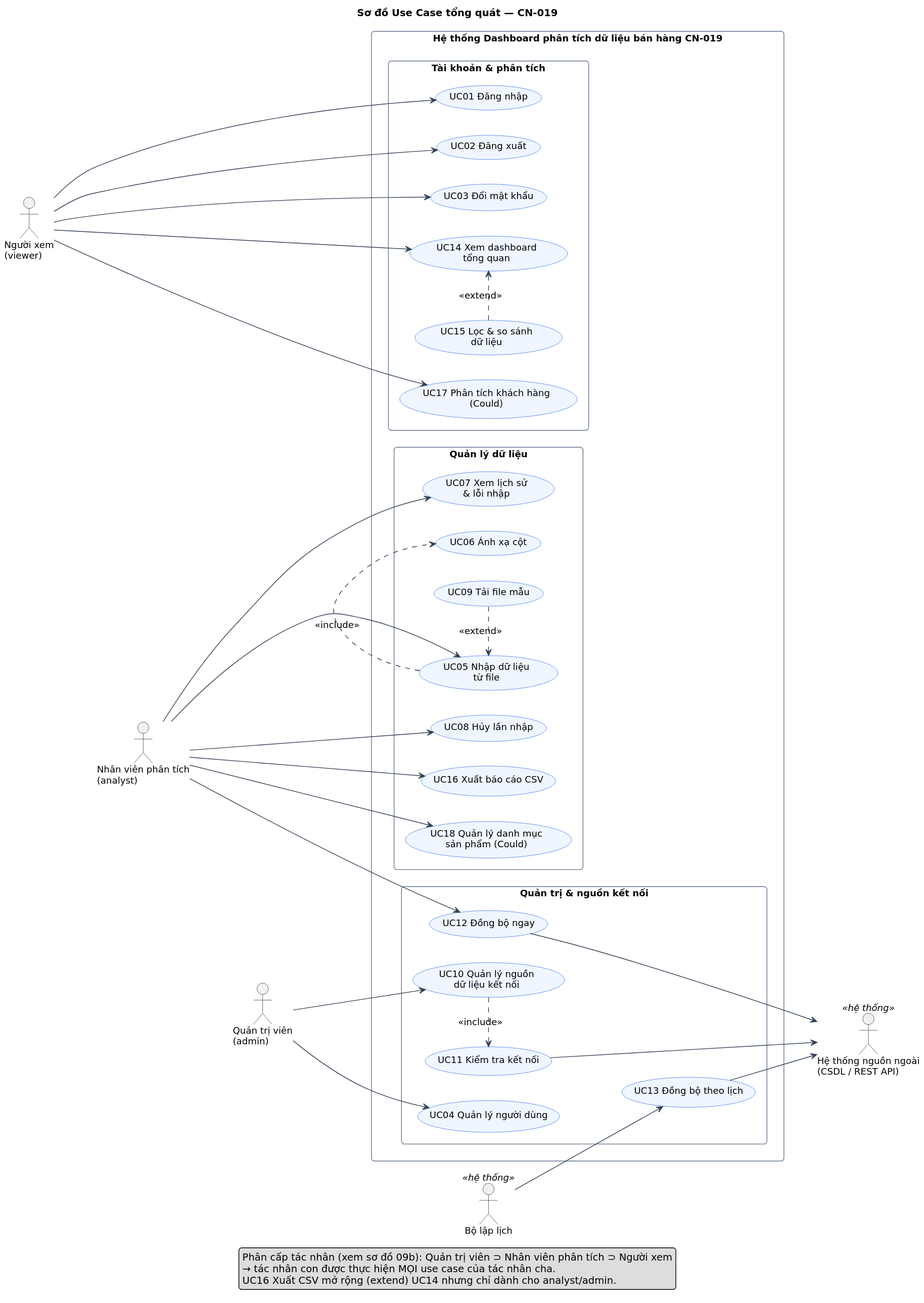
Earlier version of the PlantUML export docs/phan-tich/so-do/out/09-uc-tong-quat.svg (hoang13516-dev/TTCN_CCROBO). Source of this version:
```plantuml
@startuml
!include _style.iuml
title Sơ đồ Use Case tổng quát — CN-019
left to right direction
skinparam packageStyle rectangle

actor "Người xem\n(viewer)" as V
actor "Nhân viên phân tích\n(analyst)" as AN
actor "Quản trị viên\n(admin)" as AD
actor "Bộ lập lịch" as SCH <<hệ thống>>
actor "Hệ thống nguồn ngoài\n(CSDL / REST API)" as EXT <<hệ thống>>

rectangle "Hệ thống Dashboard phân tích dữ liệu bán hàng CN-019" {
  package "Tài khoản & phân tích" {
    usecase "UC01 Đăng nhập" as UC01
    usecase "UC02 Đăng xuất" as UC02
    usecase "UC03 Đổi mật khẩu" as UC03
    usecase "UC14 Xem dashboard\ntổng quan" as UC14
    usecase "UC15 Lọc & so sánh\ndữ liệu" as UC15
    usecase "UC17 Phân tích khách hàng\n(Could)" as UC17
  }
  package "Quản lý dữ liệu" {
    usecase "UC05 Nhập dữ liệu\ntừ file" as UC05
    usecase "UC06 Ánh xạ cột" as UC06
    usecase "UC09 Tải file mẫu" as UC09
    usecase "UC07 Xem lịch sử\n& lỗi nhập" as UC07
    usecase "UC08 Hủy lần nhập" as UC08
    usecase "UC16 Xuất báo cáo CSV" as UC16
    usecase "UC18 Quản lý danh mục\nsản phẩm (Could)" as UC18
  }
  package "Quản trị & nguồn kết nối" {
    usecase "UC04 Quản lý người dùng" as UC04
    usecase "UC10 Quản lý nguồn\ndữ liệu kết nối" as UC10
    usecase "UC11 Kiểm tra kết nối" as UC11
    usecase "UC12 Đồng bộ ngay" as UC12
    usecase "UC13 Đồng bộ theo lịch" as UC13
  }
}

V --> UC01
V --> UC02
V --> UC03
V --> UC14
V --> UC17
UC15 .[norank].> UC14 : <<extend>>

AN --> UC05
AN --> UC07
AN --> UC08
AN --> UC16
AN --> UC18
AN --> UC12
UC05 .[norank].> UC06 : <<include>>
UC09 .[norank].> UC05 : <<extend>>

AD --> UC04
AD --> UC10
UC10 .[norank].> UC11 : <<include>>

SCH --> UC13
UC11 --> EXT
UC12 --> EXT
UC13 --> EXT

V -[hidden]- AN
AN -[hidden]- AD
AD -[hidden]- SCH
UC12 -[hidden]- UC13

legend bottom
  Phân cấp tác nhân (xem sơ đồ 09b): Quản trị viên ⊃ Nhân viên phân tích ⊃ Người xem
  → tác nhân con được thực hiện MỌI use case của tác nhân cha.
  UC16 Xuất CSV mở rộng (extend) UC14 nhưng chỉ dành cho analyst/admin.
endlegend
@enduml
```
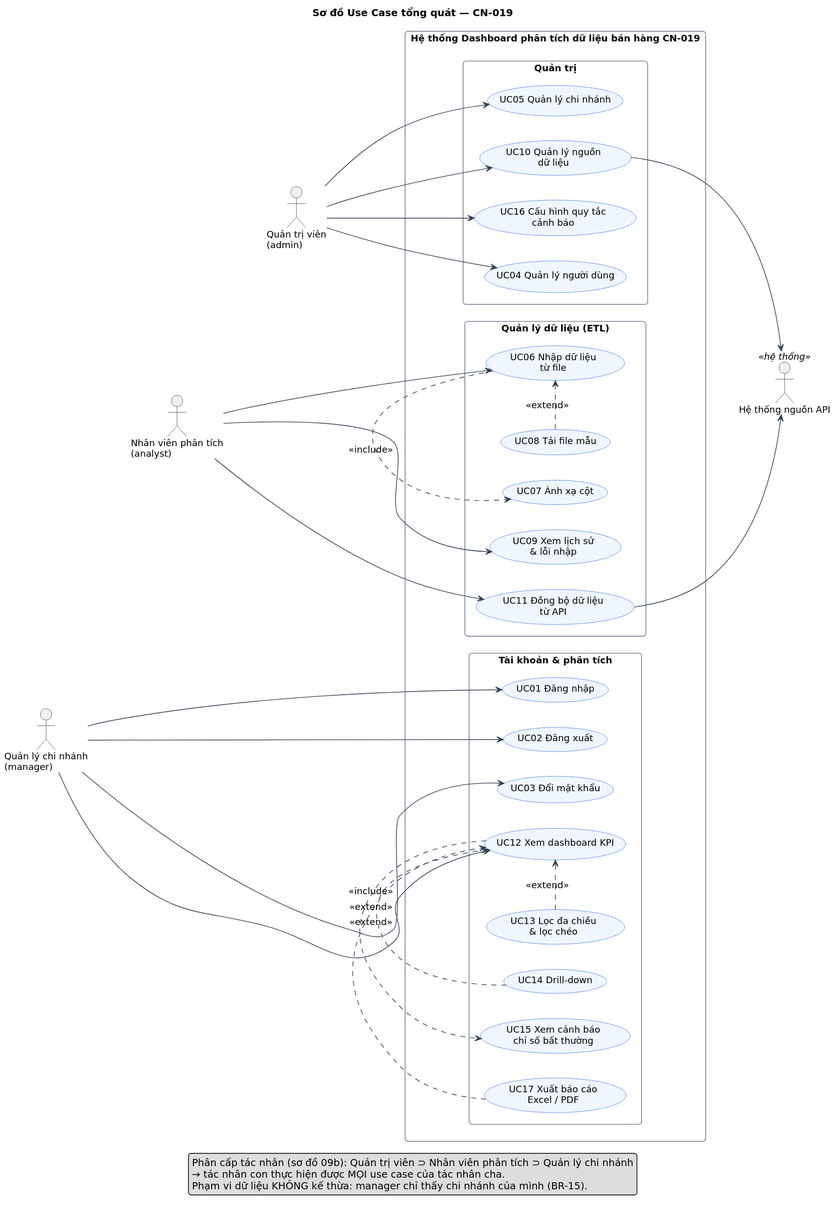
Above is the later version.

What changed in the source:
```diff
@@ -4,72 +4,66 @@
 left to right direction
 skinparam packageStyle rectangle
 
-actor "Người xem\n(viewer)" as V
+actor "Quản lý chi nhánh\n(manager)" as MG
 actor "Nhân viên phân tích\n(analyst)" as AN
 actor "Quản trị viên\n(admin)" as AD
-actor "Bộ lập lịch" as SCH <<hệ thống>>
-actor "Hệ thống nguồn ngoài\n(CSDL / REST API)" as EXT <<hệ thống>>
+actor "Hệ thống nguồn API" as EXT <<hệ thống>>
 
 rectangle "Hệ thống Dashboard phân tích dữ liệu bán hàng CN-019" {
   package "Tài khoản & phân tích" {
     usecase "UC01 Đăng nhập" as UC01
     usecase "UC02 Đăng xuất" as UC02
     usecase "UC03 Đổi mật khẩu" as UC03
-    usecase "UC14 Xem dashboard\ntổng quan" as UC14
-    usecase "UC15 Lọc & so sánh\ndữ liệu" as UC15
-    usecase "UC17 Phân tích khách hàng\n(Could)" as UC17
+    usecase "UC12 Xem dashboard KPI" as UC12
+    usecase "UC13 Lọc đa chiều\n& lọc chéo" as UC13
+    usecase "UC14 Drill-down" as UC14
+    usecase "UC15 Xem cảnh báo\nchỉ số bất thường" as UC15
+    usecase "UC17 Xuất báo cáo\nExcel / PDF" as UC17
   }
-  package "Quản lý dữ liệu" {
-    usecase "UC05 Nhập dữ liệu\ntừ file" as UC05
-    usecase "UC06 Ánh xạ cột" as UC06
-    usecase "UC09 Tải file mẫu" as UC09
-    usecase "UC07 Xem lịch sử\n& lỗi nhập" as UC07
-    usecase "UC08 Hủy lần nhập" as UC08
-    usecase "UC16 Xuất báo cáo CSV" as UC16
-    usecase "UC18 Quản lý danh mục\nsản phẩm (Could)" as UC18
+  package "Quản lý dữ liệu (ETL)" {
+    usecase "UC06 Nhập dữ liệu\ntừ file" as UC06
+    usecase "UC07 Ánh xạ cột" as UC07
+    usecase "UC08 Tải file mẫu" as UC08
+    usecase "UC09 Xem lịch sử\n& lỗi nhập" as UC09
+    usecase "UC11 Đồng bộ dữ liệu\ntừ API" as UC11
   }
-  package "Quản trị & nguồn kết nối" {
+  package "Quản trị" {
     usecase "UC04 Quản lý người dùng" as UC04
-    usecase "UC10 Quản lý nguồn\ndữ liệu kết nối" as UC10
-    usecase "UC11 Kiểm tra kết nối" as UC11
-    usecase "UC12 Đồng bộ ngay" as UC12
-    usecase "UC13 Đồng bộ theo lịch" as UC13
+    usecase "UC05 Quản lý chi nhánh" as UC05
+    usecase "UC10 Quản lý nguồn\ndữ liệu" as UC10
+    usecase "UC16 Cấu hình quy tắc\ncảnh báo" as UC16
   }
 }
 
-V --> UC01
-V --> UC02
-V --> UC03
-V --> UC14
-V --> UC17
-UC15 .[norank].> UC14 : <<extend>>
+MG --> UC01
+MG --> UC02
+MG --> UC03
+MG --> UC12
+UC12 .[norank].> UC15 : <<include>>
+UC13 .[norank].> UC12 : <<extend>>
+UC14 .[norank].> UC12 : <<extend>>
+UC17 .[norank].> UC12 : <<extend>>
 
-AN --> UC05
-AN --> UC07
-AN --> UC08
-AN --> UC16
-AN --> UC18
-AN --> UC12
-UC05 .[norank].> UC06 : <<include>>
-UC09 .[norank].> UC05 : <<extend>>
+AN --> UC06
+AN --> UC09
+AN --> UC11
+UC06 .[norank].> UC07 : <<include>>
+UC08 .[norank].> UC06 : <<extend>>
 
 AD --> UC04
+AD --> UC05
 AD --> UC10
-UC10 .[norank].> UC11 : <<include>>
+AD --> UC16
 
-SCH --> UC13
+UC10 --> EXT
 UC11 --> EXT
-UC12 --> EXT
-UC13 --> EXT
 
-V -[hidden]- AN
+MG -[hidden]- AN
 AN -[hidden]- AD
-AD -[hidden]- SCH
-UC12 -[hidden]- UC13
 
 legend bottom
-  Phân cấp tác nhân (xem sơ đồ 09b): Quản trị viên ⊃ Nhân viên phân tích ⊃ Người xem
-  → tác nhân con được thực hiện MỌI use case của tác nhân cha.
-  UC16 Xuất CSV mở rộng (extend) UC14 nhưng chỉ dành cho analyst/admin.
+  Phân cấp tác nhân (sơ đồ 09b): Quản trị viên ⊃ Nhân viên phân tích ⊃ Quản lý chi nhánh
+  → tác nhân con thực hiện được MỌI use case của tác nhân cha.
+  Phạm vi dữ liệu KHÔNG kế thừa: manager chỉ thấy chi nhánh của mình (BR-15).
 endlegend
 @enduml
```
